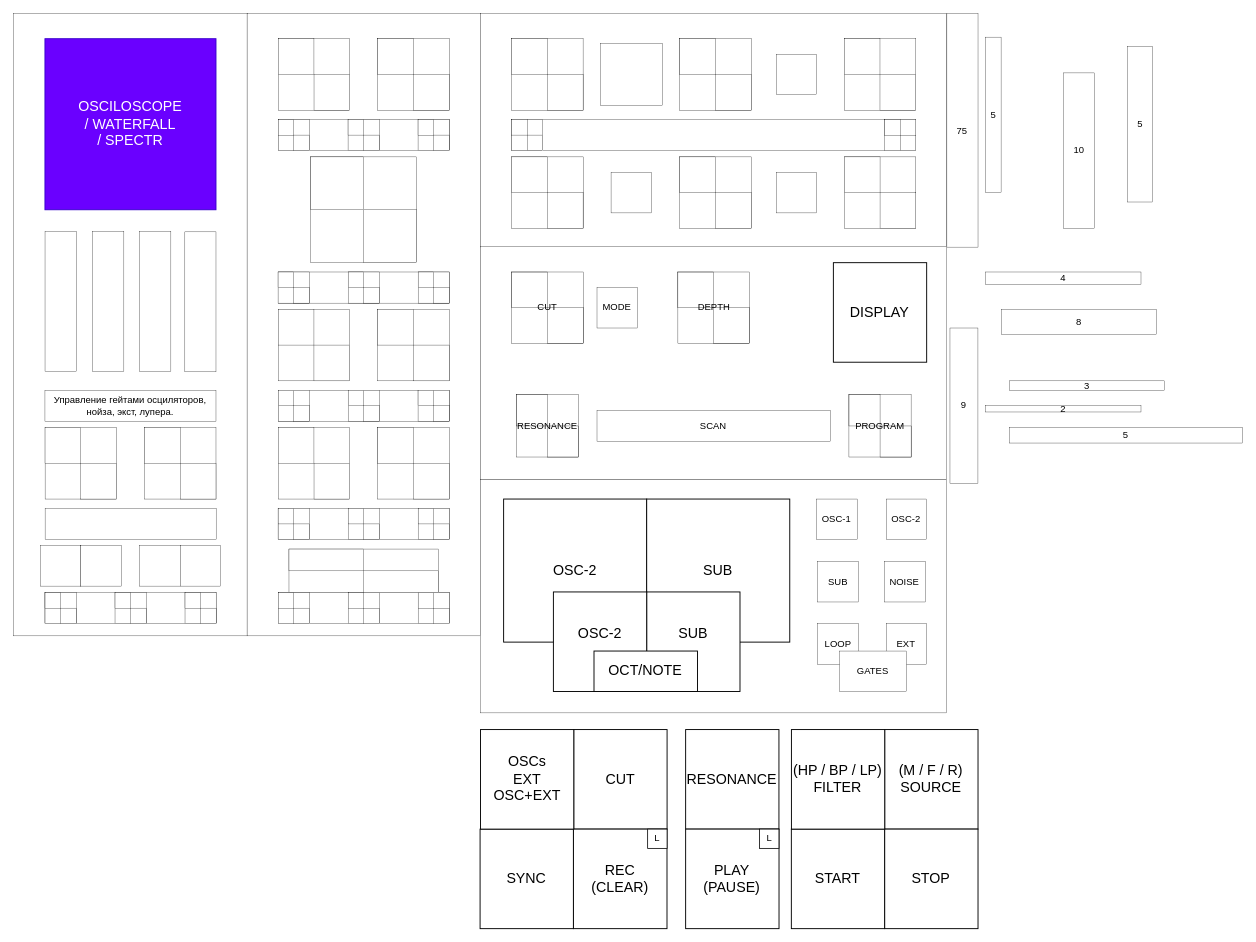
Before: page "Page-3" (3 of 3) of Untitled Diagram.drawio in wtfedor/git_intro, a draw.io diagram. Source tidied: cells renumbered, new cells numbered last; positions are measured from the earlier drawing's top-left corner, leaving out a move shared by most shapes. Both pictures are drawn from the tidied source at 79%, with x=0, y=0 at pixel (13, 13).
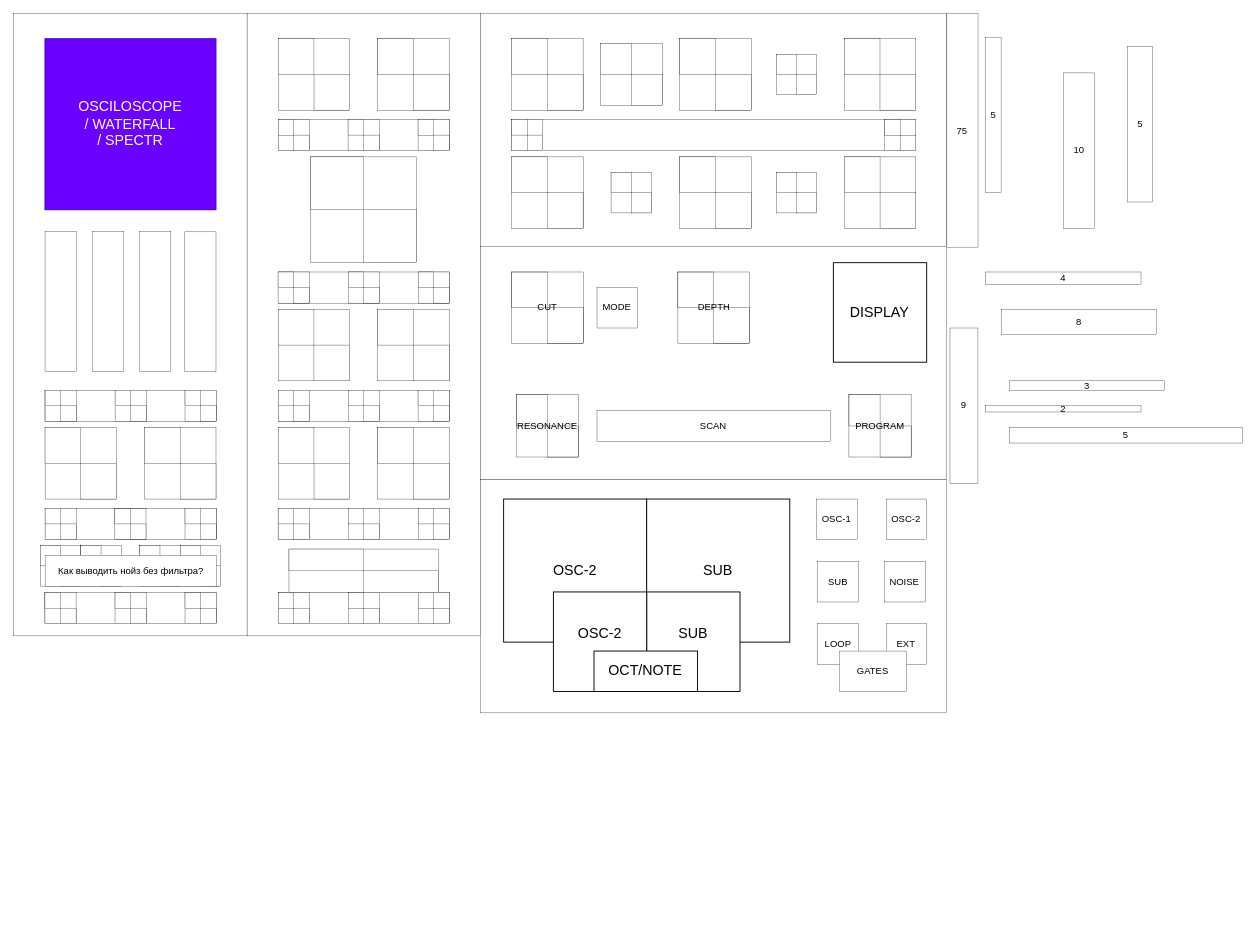
The same page after the edit.

The edit, as a diff of the source:
```diff
@@
-    <mxCell id="102" value="Управление гейтами осциляторов, нойза, экст, лупера." style="rounded=0;whiteSpace=wrap;html=1;strokeWidth=0.3937;" parent="1" vertex="1">
+    <mxCell id="102" style="rounded=0;whiteSpace=wrap;html=1;strokeWidth=0.3937;" parent="1" vertex="1">
       <mxGeometry x="39.4" y="476.4" width="216.5" height="39.4" as="geometry" />
     </mxCell>
@@
     <mxCell id="112" style="rounded=0;whiteSpace=wrap;html=1;strokeWidth=0.3937;" parent="1" vertex="1">
-      <mxGeometry x="216.7" y="732.7" width="39.4" height="39.4" as="geometry" />
+      <mxGeometry x="127.9" y="626" width="39.4" height="39.4" as="geometry" />
     </mxCell>
     <mxCell id="113" style="rounded=0;whiteSpace=wrap;html=1;strokeWidth=0.3937;" parent="1" vertex="1">
-      <mxGeometry x="216.7" y="732.7" width="19.7" height="19.7" as="geometry" />
+      <mxGeometry x="127.9" y="626" width="19.7" height="19.7" as="geometry" />
     </mxCell>
     <mxCell id="114" style="rounded=0;whiteSpace=wrap;html=1;strokeWidth=0.3937;" parent="1" vertex="1">
-      <mxGeometry x="236.4" y="752.3" width="19.7" height="19.7" as="geometry" />
+      <mxGeometry x="147.6" y="645.7" width="19.7" height="19.7" as="geometry" />
     </mxCell>
     <mxCell id="115" style="rounded=0;whiteSpace=wrap;html=1;strokeWidth=0.3937;" parent="1" vertex="1">
-      <mxGeometry x="39.5" y="732.7" width="39.4" height="39.4" as="geometry" />
+      <mxGeometry x="128.2" y="476.4" width="39.4" height="39.4" as="geometry" />
     </mxCell>
     <mxCell id="116" style="rounded=0;whiteSpace=wrap;html=1;strokeWidth=0.3937;" parent="1" vertex="1">
-      <mxGeometry x="39.5" y="732.7" width="19.7" height="19.7" as="geometry" />
+      <mxGeometry x="128.2" y="476.4" width="19.7" height="19.7" as="geometry" />
     </mxCell>
     <mxCell id="117" style="rounded=0;whiteSpace=wrap;html=1;strokeWidth=0.3937;" parent="1" vertex="1">
-      <mxGeometry x="59.2" y="752.3" width="19.7" height="19.7" as="geometry" />
+      <mxGeometry x="147.8" y="496.1" width="19.7" height="19.7" as="geometry" />
     </mxCell>
@@
-    <mxCell id="128" style="rounded=0;whiteSpace=wrap;html=1;strokeWidth=0.3937;" parent="1" vertex="1">
+    <mxCell id="128" style="rounded=0;whiteSpace=wrap;html=1;strokeWidth=0.3937;fillColor=none;" parent="1" vertex="1">
       <mxGeometry x="39.6" y="626" width="216.5" height="39.4" as="geometry" />
     </mxCell>
@@
-    <mxCell id="162" value="(M / F / R)&lt;div&gt;SOURCE&lt;/div&gt;" style="rounded=0;whiteSpace=wrap;html=1;strokeWidth=1.1810999999999998;fontSize=18;" parent="1" vertex="1">
-      <mxGeometry x="1102.4" y="906" width="118.1" height="126" as="geometry" />
-    </mxCell>
-    <mxCell id="163" value="CUT" style="rounded=0;whiteSpace=wrap;html=1;strokeWidth=1.1810999999999998;fontSize=18;" parent="1" vertex="1">
-      <mxGeometry x="708.8" y="906" width="118.1" height="126" as="geometry" />
-    </mxCell>
-    <mxCell id="164" value="RESONANCE" style="rounded=0;whiteSpace=wrap;html=1;strokeWidth=1.1810999999999998;fontSize=18;" parent="1" vertex="1">
-      <mxGeometry x="850.4" y="906" width="118.1" height="126" as="geometry" />
-    </mxCell>
-    <mxCell id="165" value="REC&lt;br&gt;(CLEAR)" style="rounded=0;whiteSpace=wrap;html=1;strokeWidth=1.1810999999999998;fontSize=18;" parent="1" vertex="1">
-      <mxGeometry x="708.3" y="1032" width="118.5" height="126" as="geometry" />
-    </mxCell>
-    <mxCell id="166" value="PLAY&lt;br&gt;(PAUSE)" style="rounded=0;whiteSpace=wrap;html=1;strokeWidth=1.1810999999999998;fontSize=18;" parent="1" vertex="1">
-      <mxGeometry x="850.4" y="1032" width="118.2" height="126" as="geometry" />
-    </mxCell>
-    <mxCell id="167" value="START" style="rounded=0;whiteSpace=wrap;html=1;strokeWidth=1.1810999999999998;fontSize=18;" parent="1" vertex="1">
-      <mxGeometry x="984.2" y="1032" width="118.1" height="126" as="geometry" />
-    </mxCell>
-    <mxCell id="168" value="STOP" style="rounded=0;whiteSpace=wrap;html=1;strokeWidth=1.1810999999999998;fontSize=18;" parent="1" vertex="1">
-      <mxGeometry x="1102.4" y="1032" width="118.1" height="126" as="geometry" />
-    </mxCell>
-    <mxCell id="169" value="L" style="rounded=0;whiteSpace=wrap;html=1;" parent="1" vertex="1">
-      <mxGeometry x="802.3" y="1032" width="24.6" height="24.4" as="geometry" />
-    </mxCell>
-    <mxCell id="170" value="L" style="rounded=0;whiteSpace=wrap;html=1;" parent="1" vertex="1">
-      <mxGeometry x="943.9" y="1032" width="24.6" height="24.4" as="geometry" />
-    </mxCell>
-    <mxCell id="171" value="SYNC" style="rounded=0;whiteSpace=wrap;html=1;strokeWidth=1.1810999999999998;fontSize=18;" parent="1" vertex="1">
-      <mxGeometry x="590.2" y="1032" width="118.1" height="126" as="geometry" />
-    </mxCell>
-    <mxCell id="172" value="OSCs&lt;br&gt;EXT&lt;br&gt;OSC+EXT" style="rounded=0;whiteSpace=wrap;html=1;strokeWidth=1.1810999999999998;fontSize=18;" parent="1" vertex="1">
-      <mxGeometry x="590.7" y="906" width="118.1" height="126" as="geometry" />
-    </mxCell>
-    <mxCell id="173" value="(HP / BP / LP)&lt;div&gt;FILTER&lt;/div&gt;" style="rounded=0;whiteSpace=wrap;html=1;strokeWidth=1.1810999999999998;fontSize=18;" parent="1" vertex="1">
-      <mxGeometry x="984.3" y="906" width="118.1" height="126" as="geometry" />
-    </mxCell>
@@
+    <mxCell id="186" style="rounded=0;whiteSpace=wrap;html=1;strokeWidth=0.3937;" parent="1" vertex="1">
+      <mxGeometry x="965.1" y="200.8" width="25.6" height="25.6" as="geometry" />
+    </mxCell>
+    <mxCell id="187" style="rounded=0;whiteSpace=wrap;html=1;strokeWidth=0.3937;" parent="1" vertex="1">
+      <mxGeometry x="990.7" y="226.4" width="25.6" height="25.6" as="geometry" />
+    </mxCell>
+    <mxCell id="188" style="rounded=0;whiteSpace=wrap;html=1;strokeWidth=0.3937;" parent="1" vertex="1">
+      <mxGeometry x="965.1" y="51.2" width="25.6" height="25.6" as="geometry" />
+    </mxCell>
+    <mxCell id="189" style="rounded=0;whiteSpace=wrap;html=1;strokeWidth=0.3937;" parent="1" vertex="1">
+      <mxGeometry x="990.7" y="76.8" width="25.6" height="25.6" as="geometry" />
+    </mxCell>
+    <mxCell id="190" style="rounded=0;whiteSpace=wrap;html=1;strokeWidth=0.3937;" parent="1" vertex="1">
+      <mxGeometry x="756" y="200.8" width="25.6" height="25.6" as="geometry" />
+    </mxCell>
+    <mxCell id="191" style="rounded=0;whiteSpace=wrap;html=1;strokeWidth=0.3937;" parent="1" vertex="1">
+      <mxGeometry x="781.6" y="226.4" width="25.6" height="25.6" as="geometry" />
+    </mxCell>
+    <mxCell id="192" style="rounded=0;whiteSpace=wrap;html=1;strokeWidth=0.3937;direction=south;" parent="1" vertex="1">
+      <mxGeometry x="742.3" y="37.4" width="39.4" height="39.4" as="geometry" />
+    </mxCell>
+    <mxCell id="193" style="rounded=0;whiteSpace=wrap;html=1;strokeWidth=0.3937;direction=south;" parent="1" vertex="1">
+      <mxGeometry x="781.6" y="76.8" width="39.4" height="39.4" as="geometry" />
+    </mxCell>
+    <mxCell id="194" style="rounded=0;whiteSpace=wrap;html=1;strokeWidth=0.3937;" parent="1" vertex="1">
+      <mxGeometry x="216.7" y="476.4" width="39.4" height="39.4" as="geometry" />
+    </mxCell>
+    <mxCell id="195" style="rounded=0;whiteSpace=wrap;html=1;strokeWidth=0.3937;" parent="1" vertex="1">
+      <mxGeometry x="216.7" y="476.4" width="19.7" height="19.7" as="geometry" />
+    </mxCell>
+    <mxCell id="196" style="rounded=0;whiteSpace=wrap;html=1;strokeWidth=0.3937;" parent="1" vertex="1">
+      <mxGeometry x="236.4" y="496.1" width="19.7" height="19.7" as="geometry" />
+    </mxCell>
+    <mxCell id="197" style="rounded=0;whiteSpace=wrap;html=1;strokeWidth=0.3937;" parent="1" vertex="1">
+      <mxGeometry x="39.6" y="476.4" width="39.4" height="39.4" as="geometry" />
+    </mxCell>
+    <mxCell id="198" style="rounded=0;whiteSpace=wrap;html=1;strokeWidth=0.3937;" parent="1" vertex="1">
+      <mxGeometry x="39.6" y="476.4" width="19.7" height="19.7" as="geometry" />
+    </mxCell>
+    <mxCell id="199" style="rounded=0;whiteSpace=wrap;html=1;strokeWidth=0.3937;" parent="1" vertex="1">
+      <mxGeometry x="59.3" y="496.1" width="19.7" height="19.7" as="geometry" />
+    </mxCell>
+    <mxCell id="200" style="rounded=0;whiteSpace=wrap;html=1;strokeWidth=0.3937;" parent="1" vertex="1">
+      <mxGeometry x="216.7" y="732.7" width="39.4" height="39.4" as="geometry" />
+    </mxCell>
+    <mxCell id="201" style="rounded=0;whiteSpace=wrap;html=1;strokeWidth=0.3937;" parent="1" vertex="1">
+      <mxGeometry x="216.7" y="732.7" width="19.7" height="19.7" as="geometry" />
+    </mxCell>
+    <mxCell id="202" style="rounded=0;whiteSpace=wrap;html=1;strokeWidth=0.3937;" parent="1" vertex="1">
+      <mxGeometry x="236.4" y="752.4" width="19.7" height="19.7" as="geometry" />
+    </mxCell>
+    <mxCell id="203" style="rounded=0;whiteSpace=wrap;html=1;strokeWidth=0.3937;" parent="1" vertex="1">
+      <mxGeometry x="39.4" y="732.6" width="39.4" height="39.4" as="geometry" />
+    </mxCell>
+    <mxCell id="204" style="rounded=0;whiteSpace=wrap;html=1;strokeWidth=0.3937;" parent="1" vertex="1">
+      <mxGeometry x="39.4" y="732.6" width="19.7" height="19.7" as="geometry" />
+    </mxCell>
+    <mxCell id="205" style="rounded=0;whiteSpace=wrap;html=1;strokeWidth=0.3937;" parent="1" vertex="1">
+      <mxGeometry x="59.1" y="752.3" width="19.7" height="19.7" as="geometry" />
+    </mxCell>
+    <mxCell id="206" style="rounded=0;whiteSpace=wrap;html=1;strokeWidth=0.3937;" parent="1" vertex="1">
+      <mxGeometry x="39.6" y="626" width="39.4" height="39.4" as="geometry" />
+    </mxCell>
+    <mxCell id="207" style="rounded=0;whiteSpace=wrap;html=1;strokeWidth=0.3937;" parent="1" vertex="1">
+      <mxGeometry x="39.6" y="626" width="19.7" height="19.7" as="geometry" />
+    </mxCell>
+    <mxCell id="208" style="rounded=0;whiteSpace=wrap;html=1;strokeWidth=0.3937;" parent="1" vertex="1">
+      <mxGeometry x="59.3" y="645.7" width="19.7" height="19.7" as="geometry" />
+    </mxCell>
+    <mxCell id="209" style="rounded=0;whiteSpace=wrap;html=1;strokeWidth=0.3937;" parent="1" vertex="1">
+      <mxGeometry x="216.7" y="626" width="39.4" height="39.4" as="geometry" />
+    </mxCell>
+    <mxCell id="210" style="rounded=0;whiteSpace=wrap;html=1;strokeWidth=0.3937;" parent="1" vertex="1">
+      <mxGeometry x="216.7" y="626" width="19.7" height="19.7" as="geometry" />
+    </mxCell>
+    <mxCell id="211" style="rounded=0;whiteSpace=wrap;html=1;strokeWidth=0.3937;" parent="1" vertex="1">
+      <mxGeometry x="236.4" y="645.7" width="19.7" height="19.7" as="geometry" />
+    </mxCell>
+    <mxCell id="212" style="rounded=0;whiteSpace=wrap;html=1;strokeWidth=0.3937;" parent="1" vertex="1">
+      <mxGeometry x="33.5" y="673.2" width="25.6" height="25.6" as="geometry" />
+    </mxCell>
+    <mxCell id="213" style="rounded=0;whiteSpace=wrap;html=1;strokeWidth=0.3937;" parent="1" vertex="1">
+      <mxGeometry x="59" y="698.8" width="25.6" height="25.6" as="geometry" />
+    </mxCell>
+    <mxCell id="214" style="rounded=0;whiteSpace=wrap;html=1;strokeWidth=0.3937;" parent="1" vertex="1">
+      <mxGeometry x="84.8" y="673.2" width="25.6" height="25.6" as="geometry" />
+    </mxCell>
+    <mxCell id="215" style="rounded=0;whiteSpace=wrap;html=1;strokeWidth=0.3937;" parent="1" vertex="1">
+      <mxGeometry x="110.4" y="698.8" width="25.6" height="25.6" as="geometry" />
+    </mxCell>
+    <mxCell id="216" style="rounded=0;whiteSpace=wrap;html=1;strokeWidth=0.3937;" parent="1" vertex="1">
+      <mxGeometry x="159.4" y="673.2" width="25.6" height="25.6" as="geometry" />
+    </mxCell>
+    <mxCell id="217" style="rounded=0;whiteSpace=wrap;html=1;strokeWidth=0.3937;" parent="1" vertex="1">
+      <mxGeometry x="185" y="698.8" width="25.6" height="25.6" as="geometry" />
+    </mxCell>
+    <mxCell id="218" style="rounded=0;whiteSpace=wrap;html=1;strokeWidth=0.3937;" parent="1" vertex="1">
+      <mxGeometry x="210.8" y="673.2" width="25.6" height="25.6" as="geometry" />
+    </mxCell>
+    <mxCell id="219" style="rounded=0;whiteSpace=wrap;html=1;strokeWidth=0.3937;" parent="1" vertex="1">
+      <mxGeometry x="236.4" y="698.8" width="25.6" height="25.6" as="geometry" />
+    </mxCell>
+    <mxCell id="220" value="Как выводить нойз без фильтра?" style="rounded=0;whiteSpace=wrap;html=1;strokeWidth=0.3937;" parent="1" vertex="1">
+      <mxGeometry x="39.6" y="685.4" width="216.5" height="39.4" as="geometry" />
+    </mxCell>
```
